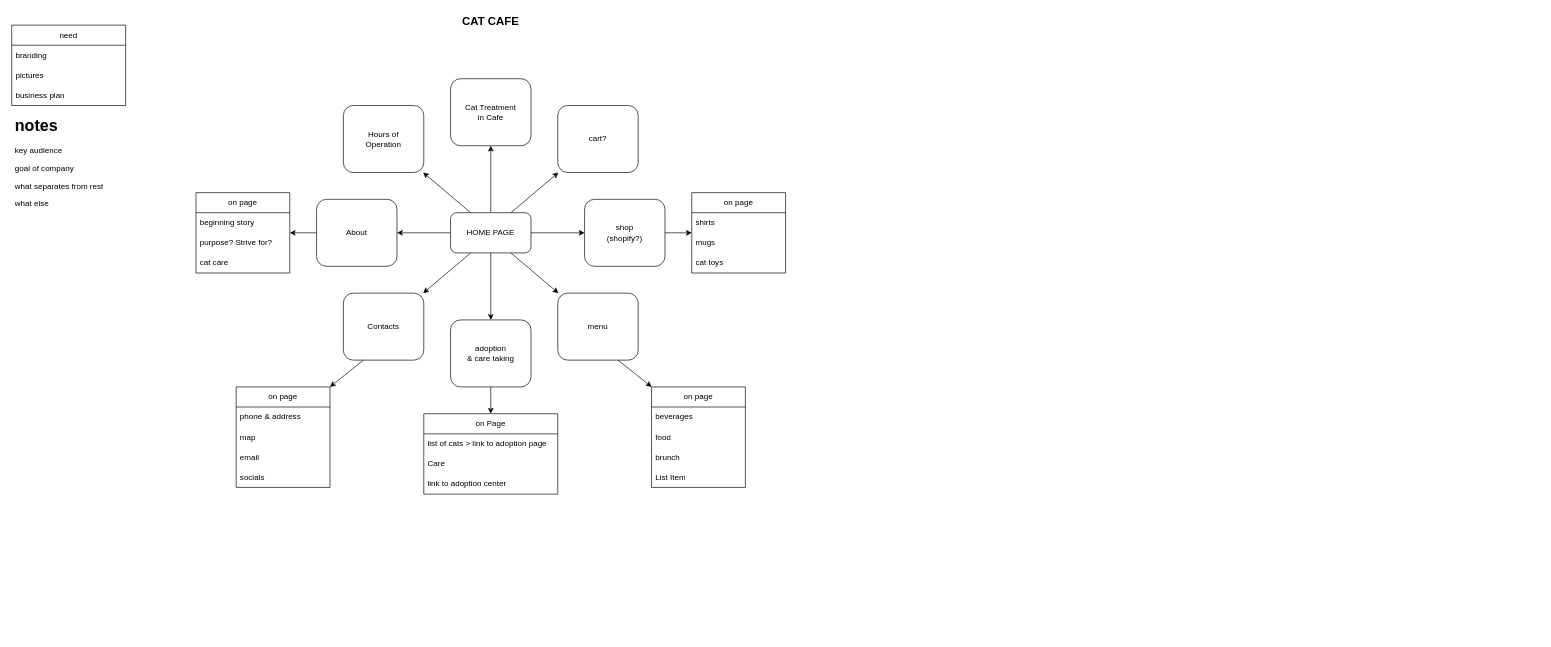
This is CatCafe.drawio from RosemarieHalim/CatCafe, a draw.io file, before an edit. Source tidied: cells renumbered, new cells numbered last; positions are measured from the earlier drawing's top-left corner, leaving out a move shared by most shapes. Both pictures are drawn from the tidied source at 67%, with x=0, y=0 at pixel (11, 11).
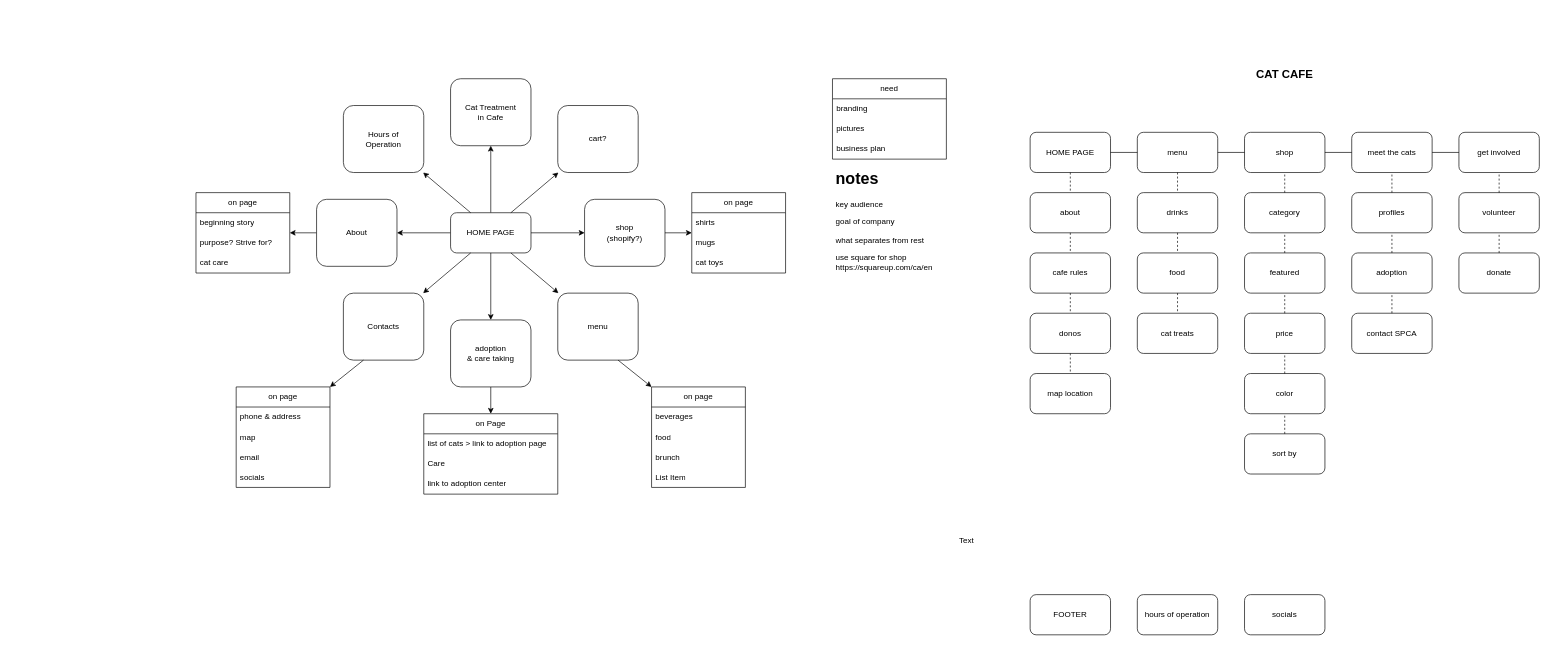
Above is the later version.

The edit, as a diff of the source:
```diff
@@
     <mxCell id="15" value="&lt;b&gt;&lt;font style=&quot;font-size: 17px;&quot;&gt;CAT CAFE&lt;/font&gt;&lt;/b&gt;" style="text;html=1;strokeColor=none;fillColor=none;align=center;verticalAlign=middle;whiteSpace=wrap;rounded=0;" parent="1" vertex="1">
-      <mxGeometry x="650" width="130" height="30" as="geometry" />
+      <mxGeometry x="1835" y="80" width="130" height="30" as="geometry" />
     </mxCell>
-    <mxCell id="16" value="&lt;h1&gt;notes&lt;/h1&gt;&lt;p&gt;key audience&lt;/p&gt;&lt;p&gt;goal of company&lt;/p&gt;&lt;p&gt;what separates from rest&lt;/p&gt;&lt;p&gt;what else&lt;/p&gt;" style="text;html=1;strokeColor=none;fillColor=none;spacing=5;spacingTop=-20;whiteSpace=wrap;overflow=hidden;rounded=0;" parent="1" vertex="1">
-      <mxGeometry y="150" width="170" height="190" as="geometry" />
+    <mxCell id="16" value="&lt;h1&gt;notes&lt;/h1&gt;&lt;p&gt;key audience&lt;/p&gt;&lt;p&gt;goal of company&lt;/p&gt;&lt;p&gt;what separates from rest&lt;/p&gt;&lt;p&gt;use square for shop&lt;br&gt;&lt;span style=&quot;background-color: initial;&quot;&gt;https://squareup.com/ca/en&lt;/span&gt;&lt;/p&gt;" style="text;html=1;strokeColor=none;fillColor=none;spacing=5;spacingTop=-20;whiteSpace=wrap;overflow=hidden;rounded=0;" parent="1" vertex="1">
+      <mxGeometry x="1225" y="230" width="170" height="190" as="geometry" />
     </mxCell>
     <mxCell id="17" value="need" style="swimlane;fontStyle=0;horizontal=1;startSize=30;whiteSpace=wrap;html=1;" parent="1" vertex="1">
-      <mxGeometry y="20" width="170" height="120" as="geometry" />
+      <mxGeometry x="1225" y="100" width="170" height="120" as="geometry" />
     </mxCell>
@@
+    <mxCell id="52" value="HOME PAGE" style="rounded=1;whiteSpace=wrap;html=1;" parent="1" vertex="1">
+      <mxGeometry x="1520" y="180" width="120" height="60" as="geometry" />
+    </mxCell>
+    <mxCell id="53" value="menu" style="rounded=1;whiteSpace=wrap;html=1;" parent="1" vertex="1">
+      <mxGeometry x="1680" y="180" width="120" height="60" as="geometry" />
+    </mxCell>
+    <mxCell id="54" value="meet the cats" style="rounded=1;whiteSpace=wrap;html=1;" parent="1" vertex="1">
+      <mxGeometry x="2000" y="180" width="120" height="60" as="geometry" />
+    </mxCell>
+    <mxCell id="55" value="shop" style="rounded=1;whiteSpace=wrap;html=1;" parent="1" vertex="1">
+      <mxGeometry x="1840" y="180" width="120" height="60" as="geometry" />
+    </mxCell>
+    <mxCell id="56" value="FOOTER" style="rounded=1;whiteSpace=wrap;html=1;" parent="1" vertex="1">
+      <mxGeometry x="1520" y="870" width="120" height="60" as="geometry" />
+    </mxCell>
+    <mxCell id="57" value="hours of operation" style="rounded=1;whiteSpace=wrap;html=1;" parent="1" vertex="1">
+      <mxGeometry x="1680" y="870" width="120" height="60" as="geometry" />
+    </mxCell>
+    <mxCell id="58" value="donos" style="rounded=1;whiteSpace=wrap;html=1;" parent="1" vertex="1">
+      <mxGeometry x="1520" y="450" width="120" height="60" as="geometry" />
+    </mxCell>
+    <mxCell id="59" value="map location" style="rounded=1;whiteSpace=wrap;html=1;" parent="1" vertex="1">
+      <mxGeometry x="1520" y="540" width="120" height="60" as="geometry" />
+    </mxCell>
+    <mxCell id="60" value="socials" style="rounded=1;whiteSpace=wrap;html=1;" parent="1" vertex="1">
+      <mxGeometry x="1840" y="870" width="120" height="60" as="geometry" />
+    </mxCell>
+    <mxCell id="61" value="contact SPCA" style="rounded=1;whiteSpace=wrap;html=1;" parent="1" vertex="1">
+      <mxGeometry x="2000" y="450" width="120" height="60" as="geometry" />
+    </mxCell>
+    <mxCell id="62" value="profiles" style="rounded=1;whiteSpace=wrap;html=1;" parent="1" vertex="1">
+      <mxGeometry x="2000" y="270" width="120" height="60" as="geometry" />
+    </mxCell>
+    <mxCell id="63" value="adoption" style="rounded=1;whiteSpace=wrap;html=1;" parent="1" vertex="1">
+      <mxGeometry x="2000" y="360" width="120" height="60" as="geometry" />
+    </mxCell>
+    <mxCell id="64" value="about" style="rounded=1;whiteSpace=wrap;html=1;" parent="1" vertex="1">
+      <mxGeometry x="1520" y="270" width="120" height="60" as="geometry" />
+    </mxCell>
+    <mxCell id="65" value="cafe rules" style="rounded=1;whiteSpace=wrap;html=1;" parent="1" vertex="1">
+      <mxGeometry x="1520" y="360" width="120" height="60" as="geometry" />
+    </mxCell>
+    <mxCell id="66" value="category" style="rounded=1;whiteSpace=wrap;html=1;" parent="1" vertex="1">
+      <mxGeometry x="1840" y="270" width="120" height="60" as="geometry" />
+    </mxCell>
+    <mxCell id="67" value="featured" style="rounded=1;whiteSpace=wrap;html=1;" parent="1" vertex="1">
+      <mxGeometry x="1840" y="360" width="120" height="60" as="geometry" />
+    </mxCell>
+    <mxCell id="68" value="price" style="rounded=1;whiteSpace=wrap;html=1;" parent="1" vertex="1">
+      <mxGeometry x="1840" y="450" width="120" height="60" as="geometry" />
+    </mxCell>
+    <mxCell id="69" value="color" style="rounded=1;whiteSpace=wrap;html=1;" parent="1" vertex="1">
+      <mxGeometry x="1840" y="540" width="120" height="60" as="geometry" />
+    </mxCell>
+    <mxCell id="70" value="sort by" style="rounded=1;whiteSpace=wrap;html=1;" parent="1" vertex="1">
+      <mxGeometry x="1840" y="630" width="120" height="60" as="geometry" />
+    </mxCell>
+    <mxCell id="71" value="drinks" style="rounded=1;whiteSpace=wrap;html=1;" parent="1" vertex="1">
+      <mxGeometry x="1680" y="270" width="120" height="60" as="geometry" />
+    </mxCell>
+    <mxCell id="72" value="food" style="rounded=1;whiteSpace=wrap;html=1;" parent="1" vertex="1">
+      <mxGeometry x="1680" y="360" width="120" height="60" as="geometry" />
+    </mxCell>
+    <mxCell id="73" value="cat treats" style="rounded=1;whiteSpace=wrap;html=1;" parent="1" vertex="1">
+      <mxGeometry x="1680" y="450" width="120" height="60" as="geometry" />
+    </mxCell>
+    <mxCell id="74" value="get involved" style="rounded=1;whiteSpace=wrap;html=1;" parent="1" vertex="1">
+      <mxGeometry x="2160" y="180" width="120" height="60" as="geometry" />
+    </mxCell>
+    <mxCell id="75" value="volunteer" style="rounded=1;whiteSpace=wrap;html=1;" parent="1" vertex="1">
+      <mxGeometry x="2160" y="270" width="120" height="60" as="geometry" />
+    </mxCell>
+    <mxCell id="76" value="donate" style="rounded=1;whiteSpace=wrap;html=1;" parent="1" vertex="1">
+      <mxGeometry x="2160" y="360" width="120" height="60" as="geometry" />
+    </mxCell>
+    <mxCell id="77" style="endArrow=none;html=1;rounded=0;" parent="1" edge="1" source="52" target="53">
+      <mxGeometry relative="1" as="geometry" />
+    </mxCell>
+    <mxCell id="78" style="endArrow=none;html=1;rounded=0;" parent="1" edge="1" source="53" target="55">
+      <mxGeometry relative="1" as="geometry" />
+    </mxCell>
+    <mxCell id="79" style="endArrow=none;html=1;rounded=0;" parent="1" edge="1" source="55" target="54">
+      <mxGeometry relative="1" as="geometry" />
+    </mxCell>
+    <mxCell id="80" style="endArrow=none;html=1;rounded=0;" parent="1" edge="1" source="54" target="74">
+      <mxGeometry relative="1" as="geometry" />
+    </mxCell>
+    <mxCell id="81" style="endArrow=none;dashed=1;html=1;rounded=0;" parent="1" edge="1" source="52" target="64">
+      <mxGeometry relative="1" as="geometry" />
+    </mxCell>
+    <mxCell id="82" style="endArrow=none;dashed=1;html=1;rounded=0;" parent="1" edge="1" source="64" target="65">
+      <mxGeometry relative="1" as="geometry" />
+    </mxCell>
+    <mxCell id="83" style="endArrow=none;dashed=1;html=1;rounded=0;" parent="1" edge="1" source="65" target="58">
+      <mxGeometry relative="1" as="geometry" />
+    </mxCell>
+    <mxCell id="84" style="endArrow=none;dashed=1;html=1;rounded=0;" parent="1" edge="1" source="58" target="59">
+      <mxGeometry relative="1" as="geometry" />
+    </mxCell>
+    <mxCell id="85" style="endArrow=none;dashed=1;html=1;rounded=0;" parent="1" edge="1" source="53" target="71">
+      <mxGeometry relative="1" as="geometry" />
+    </mxCell>
+    <mxCell id="86" style="endArrow=none;dashed=1;html=1;rounded=0;" parent="1" edge="1" source="71" target="72">
+      <mxGeometry relative="1" as="geometry" />
+    </mxCell>
+    <mxCell id="87" style="endArrow=none;dashed=1;html=1;rounded=0;" parent="1" edge="1" source="72" target="73">
+      <mxGeometry relative="1" as="geometry" />
+    </mxCell>
+    <mxCell id="88" style="endArrow=none;dashed=1;html=1;rounded=0;" parent="1" edge="1" source="66" target="55">
+      <mxGeometry relative="1" as="geometry" />
+    </mxCell>
+    <mxCell id="89" style="endArrow=none;dashed=1;html=1;rounded=0;" parent="1" edge="1" source="67" target="66">
+      <mxGeometry relative="1" as="geometry" />
+    </mxCell>
+    <mxCell id="90" style="endArrow=none;dashed=1;html=1;rounded=0;" parent="1" edge="1" source="68" target="67">
+      <mxGeometry relative="1" as="geometry" />
+    </mxCell>
+    <mxCell id="91" style="endArrow=none;dashed=1;html=1;rounded=0;" parent="1" edge="1" source="69" target="68">
+      <mxGeometry relative="1" as="geometry" />
+    </mxCell>
+    <mxCell id="92" style="endArrow=none;dashed=1;html=1;rounded=0;" parent="1" edge="1" source="70" target="69">
+      <mxGeometry relative="1" as="geometry" />
+    </mxCell>
+    <mxCell id="93" style="endArrow=none;dashed=1;html=1;rounded=0;" parent="1" edge="1" source="62" target="54">
+      <mxGeometry relative="1" as="geometry" />
+    </mxCell>
+    <mxCell id="94" style="endArrow=none;dashed=1;html=1;rounded=0;" parent="1" edge="1" source="63" target="62">
+      <mxGeometry relative="1" as="geometry" />
+    </mxCell>
+    <mxCell id="95" style="endArrow=none;dashed=1;html=1;rounded=0;" parent="1" edge="1" source="61" target="63">
+      <mxGeometry relative="1" as="geometry" />
+    </mxCell>
+    <mxCell id="96" style="endArrow=none;dashed=1;html=1;rounded=0;" parent="1" edge="1" source="75" target="74">
+      <mxGeometry relative="1" as="geometry" />
+    </mxCell>
+    <mxCell id="97" style="endArrow=none;dashed=1;html=1;rounded=0;" parent="1" edge="1" source="76" target="75">
+      <mxGeometry relative="1" as="geometry" />
+    </mxCell>
+    <mxCell id="98" value="Text" style="text;html=1;align=center;verticalAlign=middle;strokeColor=none;fillColor=none;" parent="1" vertex="1">
+      <mxGeometry x="1400" y="775" width="50" height="30" as="geometry" />
+    </mxCell>
```
